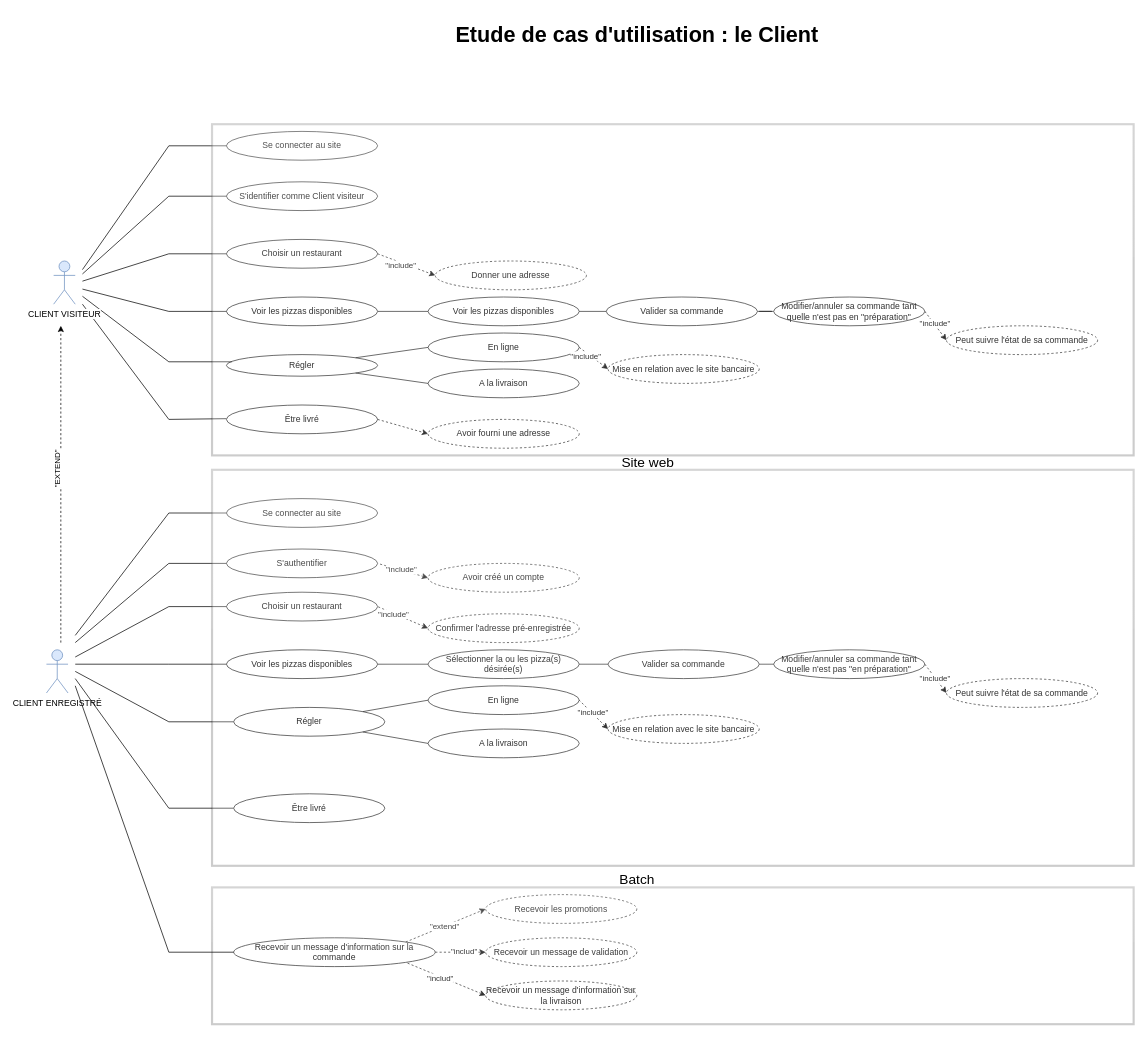
This is 1.drawio from OMorlotti/P4-analyser-les-besoin-de-mon-client-pour-son-groupe-de-pizzerias, a draw.io file, before an edit. Source tidied: cells renumbered, new cells numbered last; positions are measured from the earlier drawing's top-left corner, leaving out a move shared by most shapes. Both pictures are drawn from the tidied source at 72%, with x=0, y=0 at pixel (46, 16).
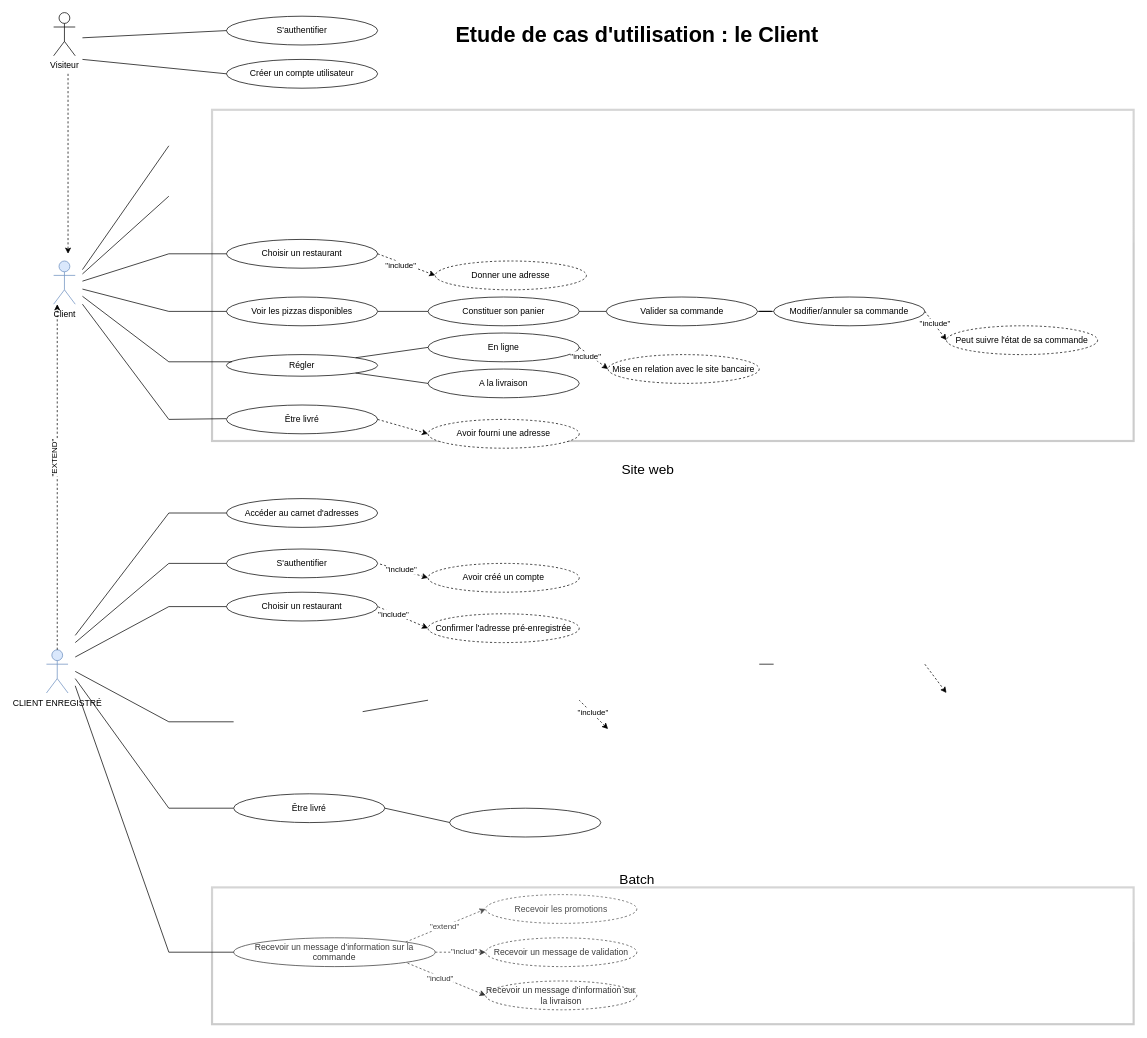
After the change.

Unchanged cells that the change refers to:
```xml
<mxCell id="2" value="CLIENT ENREGISTRÉ" style="shape=umlActor;verticalLabelPosition=bottom;labelBackgroundColor=#ffffff;verticalAlign=top;html=1;outlineConnect=0;fillColor=#dae8fc;strokeColor=#6c8ebf;" parent="1" vertex="1">
  <mxGeometry y="880" width="30" height="60" as="geometry" />
</mxCell>
<mxCell id="32" value="Être livré" style="ellipse;whiteSpace=wrap;html=1;" parent="1" vertex="1">
  <mxGeometry x="260" y="1080" width="210" height="40" as="geometry" />
</mxCell>
<mxCell id="64" value="Choisir un restaurant" style="ellipse;whiteSpace=wrap;html=1;" parent="1" vertex="1">
  <mxGeometry x="250" y="310" width="210" height="40" as="geometry" />
</mxCell>
<mxCell id="65" value="Donner une adresse" style="ellipse;whiteSpace=wrap;html=1;dashed=1;" parent="1" vertex="1">
  <mxGeometry x="540" y="340" width="210" height="40" as="geometry" />
</mxCell>
```

Change to the diagram source:
```diff
@@
+    <mxCell id="102" style="rounded=0;whiteSpace=wrap;html=1;fillColor=#ffffff;strokeWidth=3;strokeColor=#000000;opacity=20;glass=1;perimeterSpacing=0;" parent="1" vertex="1">
+      <mxGeometry x="230" y="130" width="1280" height="460" as="geometry" />
+    </mxCell>
@@
-    <mxCell id="5" value="Se connecter au site" style="ellipse;whiteSpace=wrap;html=1;" parent="1" vertex="1">
+    <mxCell id="5" value="Accéder au carnet d'adresses" style="ellipse;whiteSpace=wrap;html=1;" parent="1" vertex="1">
       <mxGeometry x="250" y="670" width="210" height="40" as="geometry" />
     </mxCell>
@@
-    <mxCell id="10" style="edgeStyle=orthogonalEdgeStyle;rounded=0;jettySize=auto;html=1;endArrow=none;endFill=0;" parent="1" edge="1" source="11" target="12">
-      <mxGeometry relative="1" as="geometry" />
-    </mxCell>
-    <mxCell id="11" value="Voir les pizzas disponibles" style="ellipse;whiteSpace=wrap;html=1;" parent="1" vertex="1">
-      <mxGeometry x="250" y="880" width="210" height="40" as="geometry" />
-    </mxCell>
-    <mxCell id="12" value="Sélectionner la ou les pizza(s) désirée(s)" style="ellipse;whiteSpace=wrap;html=1;" parent="1" vertex="1">
-      <mxGeometry x="530" y="880" width="210" height="40" as="geometry" />
-    </mxCell>
-    <mxCell id="13" style="endArrow=none;html=1;exitX=0;exitY=0.5;exitDx=0;exitDy=0;" parent="1" edge="1" source="11">
-      <mxGeometry relative="1" as="geometry">
-        <mxPoint x="170" y="900" as="targetPoint" />
-      </mxGeometry>
-    </mxCell>
-    <mxCell id="14" style="endArrow=none;html=1;exitX=1;exitY=0.5;exitDx=0;exitDy=0;entryX=0;entryY=0.5;entryDx=0;entryDy=0;" parent="1" edge="1" source="12" target="21">
-      <mxGeometry relative="1" as="geometry" />
-    </mxCell>
@@
-    <mxCell id="16" value="Modifier/annuler sa commande tant quelle n'est pas &quot;en préparation&quot;" style="ellipse;whiteSpace=wrap;html=1;" parent="1" vertex="1">
-      <mxGeometry x="1010" y="880" width="210" height="40" as="geometry" />
-    </mxCell>
-    <mxCell id="17" style="endArrow=classic;dashed=1;html=1;exitX=1;exitY=0.5;exitDx=0;exitDy=0;entryX=0;entryY=0.5;entryDx=0;entryDy=0;startArrow=none;startFill=0;endFill=1;" parent="1" edge="1" source="16" target="19">
-      <mxGeometry relative="1" as="geometry" />
+    <mxCell id="17" style="endArrow=classic;dashed=1;html=1;exitX=1;exitY=0.5;exitDx=0;exitDy=0;entryX=0;entryY=0.5;entryDx=0;entryDy=0;startArrow=none;startFill=0;endFill=1;" parent="1" edge="1">
+      <mxGeometry relative="1" as="geometry">
+        <mxPoint x="1220" y="900" as="sourcePoint" />
+        <mxPoint x="1250" y="940" as="targetPoint" />
+      </mxGeometry>
     </mxCell>
-    <mxCell id="18" value="&quot;include&quot;&lt;br&gt;" style="edgeLabel;html=1;align=center;verticalAlign=middle;" parent="17" vertex="1">
-      <mxGeometry x="-0.1" y="-1" relative="1" as="geometry" />
-    </mxCell>
-    <mxCell id="19" value="Peut suivre l'état de sa commande" style="ellipse;whiteSpace=wrap;html=1;dashed=1;" parent="1" vertex="1">
-      <mxGeometry x="1250" y="920" width="210" height="40" as="geometry" />
-    </mxCell>
-    <mxCell id="20" style="endArrow=none;html=1;exitX=0;exitY=0.5;exitDx=0;exitDy=0;" parent="1" edge="1" source="22">
+    <mxCell id="20" style="endArrow=none;html=1;exitX=0;exitY=0.5;exitDx=0;exitDy=0;" parent="1" edge="1">
       <mxGeometry relative="1" as="geometry">
+        <mxPoint x="260" y="980" as="sourcePoint" />
         <mxPoint x="170" y="980" as="targetPoint" />
       </mxGeometry>
     </mxCell>
-    <mxCell id="21" value="Valider sa commande" style="ellipse;whiteSpace=wrap;html=1;" parent="1" vertex="1">
-      <mxGeometry x="780" y="880" width="210" height="40" as="geometry" />
-    </mxCell>
-    <mxCell id="22" value="Régler" style="ellipse;whiteSpace=wrap;html=1;" parent="1" vertex="1">
-      <mxGeometry x="260" y="960" width="210" height="40" as="geometry" />
-    </mxCell>
-    <mxCell id="23" style="endArrow=none;html=1;entryX=1;entryY=0.5;entryDx=0;entryDy=0;exitX=0;exitY=0.5;exitDx=0;exitDy=0;" parent="1" edge="1" source="16" target="21">
-      <mxGeometry relative="1" as="geometry" />
+    <mxCell id="23" style="endArrow=none;html=1;entryX=1;entryY=0.5;entryDx=0;entryDy=0;exitX=0;exitY=0.5;exitDx=0;exitDy=0;" parent="1" edge="1">
+      <mxGeometry relative="1" as="geometry">
+        <mxPoint x="1010" y="900" as="sourcePoint" />
+        <mxPoint x="990" y="900" as="targetPoint" />
+      </mxGeometry>
     </mxCell>
-    <mxCell id="24" value="En ligne" style="ellipse;whiteSpace=wrap;html=1;" parent="1" vertex="1">
-      <mxGeometry x="530" y="930" width="210" height="40" as="geometry" />
-    </mxCell>
-    <mxCell id="25" style="endArrow=none;html=1;exitX=1;exitY=0;exitDx=0;exitDy=0;entryX=0;entryY=0.5;entryDx=0;entryDy=0;" parent="1" edge="1" source="22" target="24">
-      <mxGeometry relative="1" as="geometry" />
+    <mxCell id="25" style="endArrow=none;html=1;exitX=1;exitY=0;exitDx=0;exitDy=0;entryX=0;entryY=0.5;entryDx=0;entryDy=0;" parent="1" edge="1">
+      <mxGeometry relative="1" as="geometry">
+        <mxPoint x="439.2" y="965.9" as="sourcePoint" />
+        <mxPoint x="530" y="950" as="targetPoint" />
+      </mxGeometry>
     </mxCell>
-    <mxCell id="26" style="endArrow=none;html=1;exitX=1;exitY=1;exitDx=0;exitDy=0;entryX=0;entryY=0.5;entryDx=0;entryDy=0;" parent="1" edge="1" source="22" target="27">
-      <mxGeometry relative="1" as="geometry" />
+    <mxCell id="26" style="endArrow=none;html=1;exitX=1;exitY=0.5;exitDx=0;exitDy=0;entryX=0;entryY=0.5;entryDx=0;entryDy=0;" parent="1" edge="1" source="32">
+      <mxGeometry relative="1" as="geometry">
+        <mxPoint x="560.8" y="1120" as="targetPoint" />
+      </mxGeometry>
     </mxCell>
-    <mxCell id="27" value="A la livraison" style="ellipse;whiteSpace=wrap;html=1;" parent="1" vertex="1">
-      <mxGeometry x="530" y="990" width="210" height="40" as="geometry" />
-    </mxCell>
-    <mxCell id="28" style="endArrow=none;dashed=1;html=1;entryX=1;entryY=0.5;entryDx=0;entryDy=0;exitX=0;exitY=0.5;exitDx=0;exitDy=0;endFill=0;startArrow=classic;startFill=1;" parent="1" edge="1" source="30" target="24">
-      <mxGeometry relative="1" as="geometry" />
+    <mxCell id="28" style="endArrow=none;dashed=1;html=1;entryX=1;entryY=0.5;entryDx=0;entryDy=0;exitX=0;exitY=0.5;exitDx=0;exitDy=0;endFill=0;startArrow=classic;startFill=1;" parent="1" edge="1">
+      <mxGeometry relative="1" as="geometry">
+        <mxPoint x="780" y="990" as="sourcePoint" />
+        <mxPoint x="740" y="950" as="targetPoint" />
+      </mxGeometry>
     </mxCell>
@@
-    <mxCell id="30" value="Mise en relation avec le site bancaire" style="ellipse;whiteSpace=wrap;html=1;dashed=1;" parent="1" vertex="1">
-      <mxGeometry x="780" y="970" width="210" height="40" as="geometry" />
-    </mxCell>
@@
-    <mxCell id="40" style="endArrow=none;html=1;" parent="1" edge="1">
-      <mxGeometry relative="1" as="geometry">
-        <mxPoint x="40" y="900" as="sourcePoint" />
-        <mxPoint x="170" y="900" as="targetPoint" />
-      </mxGeometry>
-    </mxCell>
@@
     <mxCell id="44" value="&lt;font style=&quot;font-size: 19px&quot;&gt;Site web&lt;/font&gt;" style="text;html=1;align=center;verticalAlign=middle;" parent="1" vertex="1">
-      <mxGeometry x="790" y="610" width="90" height="20" as="geometry" />
+      <mxGeometry x="790" y="620" width="90" height="20" as="geometry" />
     </mxCell>
@@
-    <mxCell id="59" style="rounded=0;whiteSpace=wrap;html=1;fillColor=#ffffff;strokeWidth=3;strokeColor=#000000;opacity=20;glass=1;perimeterSpacing=0;" parent="1" vertex="1">
-      <mxGeometry x="230" y="630" width="1280" height="550" as="geometry" />
-    </mxCell>
@@
-    <mxCell id="62" value="Se connecter au site" style="ellipse;whiteSpace=wrap;html=1;" parent="1" vertex="1">
-      <mxGeometry x="250" y="160" width="210" height="40" as="geometry" />
+    <mxCell id="62" value="Créer un compte utilisateur" style="ellipse;whiteSpace=wrap;html=1;" parent="1" vertex="1">
+      <mxGeometry x="250" y="60" width="210" height="40" as="geometry" />
     </mxCell>
-    <mxCell id="63" value="S'identifier comme Client visiteur" style="ellipse;whiteSpace=wrap;html=1;" parent="1" vertex="1">
-      <mxGeometry x="250" y="230" width="210" height="40" as="geometry" />
+    <mxCell id="63" value="S'authentifier" style="ellipse;whiteSpace=wrap;html=1;" parent="1" vertex="1">
+      <mxGeometry x="250" width="210" height="40" as="geometry" />
     </mxCell>
@@
-    <mxCell id="66" style="endArrow=classic;html=1;entryX=0;entryY=0.5;entryDx=0;entryDy=0;exitX=1;exitY=0.5;exitDx=0;exitDy=0;dashed=1;" parent="1" edge="1" source="64" target="65">
-      <mxGeometry relative="1" as="geometry" />
-    </mxCell>
-    <mxCell id="67" value="&quot;include&quot;" style="edgeLabel;html=1;align=center;verticalAlign=middle;" parent="66" vertex="1">
-      <mxGeometry x="-0.17" y="-3" relative="1" as="geometry" />
-    </mxCell>
@@
-    <mxCell id="70" value="Voir les pizzas disponibles" style="ellipse;whiteSpace=wrap;html=1;" parent="1" vertex="1">
+    <mxCell id="70" value="Constituer son panier" style="ellipse;whiteSpace=wrap;html=1;" parent="1" vertex="1">
       <mxGeometry x="530" y="390" width="210" height="40" as="geometry" />
     </mxCell>
@@
-    <mxCell id="73" value="Modifier/annuler sa commande tant quelle n'est pas en &quot;préparation&quot;" style="ellipse;whiteSpace=wrap;html=1;" parent="1" vertex="1">
+    <mxCell id="73" value="Modifier/annuler sa commande" style="ellipse;whiteSpace=wrap;html=1;" parent="1" vertex="1">
       <mxGeometry x="1010" y="390" width="210" height="40" as="geometry" />
     </mxCell>
@@
-    <mxCell id="89" style="endArrow=none;html=1;entryX=0;entryY=0.5;entryDx=0;entryDy=0;" parent="1" edge="1" target="62">
-      <mxGeometry relative="1" as="geometry">
-        <mxPoint x="170" y="180" as="sourcePoint" />
-      </mxGeometry>
-    </mxCell>
-    <mxCell id="90" style="endArrow=none;html=1;entryX=0;entryY=0.5;entryDx=0;entryDy=0;" parent="1" edge="1" target="63">
-      <mxGeometry relative="1" as="geometry">
-        <mxPoint x="170" y="250" as="sourcePoint" />
-      </mxGeometry>
-    </mxCell>
@@
-    <mxCell id="99" value="CLIENT VISITEUR" style="shape=umlActor;verticalLabelPosition=bottom;labelBackgroundColor=#ffffff;verticalAlign=top;html=1;fillColor=#dae8fc;strokeColor=#6c8ebf;" parent="1" vertex="1">
+    <mxCell id="99" value="Client" style="shape=umlActor;verticalLabelPosition=bottom;labelBackgroundColor=#ffffff;verticalAlign=top;html=1;fillColor=#dae8fc;strokeColor=#6c8ebf;" parent="1" vertex="1">
       <mxGeometry x="10" y="340" width="30" height="60" as="geometry" />
     </mxCell>
-    <mxCell id="100" style="endArrow=classic;html=1;dashed=1;" parent="1" edge="1">
+    <mxCell id="100" style="endArrow=classic;html=1;dashed=1;exitX=0.5;exitY=0;exitDx=0;exitDy=0;exitPerimeter=0;" parent="1" edge="1" source="2">
       <mxGeometry relative="1" as="geometry">
-        <mxPoint x="20" y="870" as="sourcePoint" />
-        <mxPoint x="20" y="430" as="targetPoint" />
+        <mxPoint x="15" y="400" as="targetPoint" />
       </mxGeometry>
     </mxCell>
@@
-    <mxCell id="102" style="rounded=0;whiteSpace=wrap;html=1;fillColor=#ffffff;strokeWidth=3;strokeColor=#000000;opacity=20;glass=1;perimeterSpacing=0;" parent="1" vertex="1">
-      <mxGeometry x="230" y="150" width="1280" height="460" as="geometry" />
-    </mxCell>
+    <mxCell id="66" style="endArrow=classic;html=1;entryX=0;entryY=0.5;entryDx=0;entryDy=0;exitX=1;exitY=0.5;exitDx=0;exitDy=0;dashed=1;" parent="1" edge="1" source="64" target="65">
+      <mxGeometry relative="1" as="geometry" />
+    </mxCell>
+    <mxCell id="67" value="&quot;include&quot;" style="edgeLabel;html=1;align=center;verticalAlign=middle;" parent="66" vertex="1">
+      <mxGeometry x="-0.17" y="-3" relative="1" as="geometry" />
+    </mxCell>
+    <mxCell id="103" value="Visiteur" style="shape=umlActor;verticalLabelPosition=bottom;labelBackgroundColor=#ffffff;verticalAlign=top;html=1;" parent="1" vertex="1">
+      <mxGeometry x="10" y="-5" width="30" height="60" as="geometry" />
+    </mxCell>
+    <mxCell id="104" style="endArrow=classic;html=1;dashed=1;" parent="1" edge="1">
+      <mxGeometry relative="1" as="geometry">
+        <mxPoint x="30" y="80" as="sourcePoint" />
+        <mxPoint x="30" y="330" as="targetPoint" />
+      </mxGeometry>
+    </mxCell>
+    <mxCell id="105" style="endArrow=none;html=1;entryX=0;entryY=0.5;entryDx=0;entryDy=0;" parent="1" edge="1" target="63">
+      <mxGeometry relative="1" as="geometry">
+        <mxPoint x="50" y="30" as="sourcePoint" />
+      </mxGeometry>
+    </mxCell>
+    <mxCell id="106" style="endArrow=none;html=1;entryX=0;entryY=0.5;entryDx=0;entryDy=0;" parent="1" edge="1" target="62">
+      <mxGeometry relative="1" as="geometry">
+        <mxPoint x="50" y="60" as="sourcePoint" />
+      </mxGeometry>
+    </mxCell>
+    <mxCell id="107" style="ellipse;whiteSpace=wrap;html=1;" parent="1" vertex="1">
+      <mxGeometry x="560" y="1100" width="210" height="40" as="geometry" />
+    </mxCell>
```
